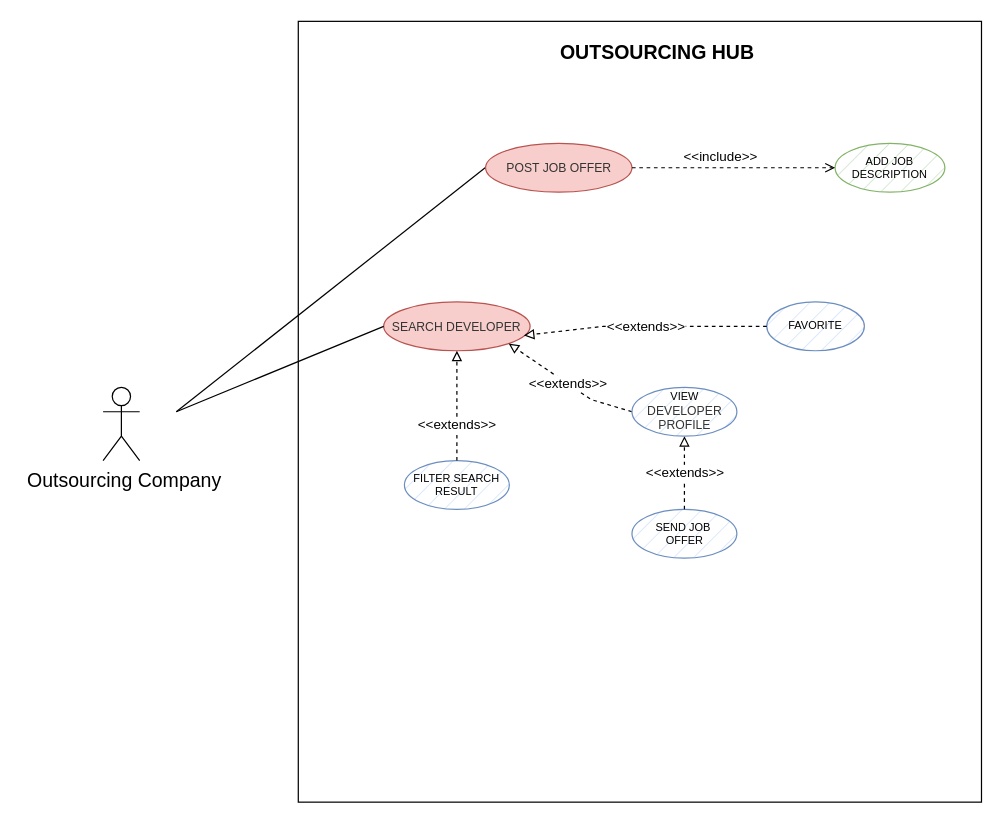
Before: use_cases/use_cases_company.drawio in mattiadanisi00/ids, a draw.io diagram. Source tidied: cells renumbered, new cells numbered last; positions are measured from the earlier drawing's top-left corner, leaving out a move shared by most shapes. Both pictures are drawn from the tidied source at 122%, with x=0, y=0 at pixel (102, 21).
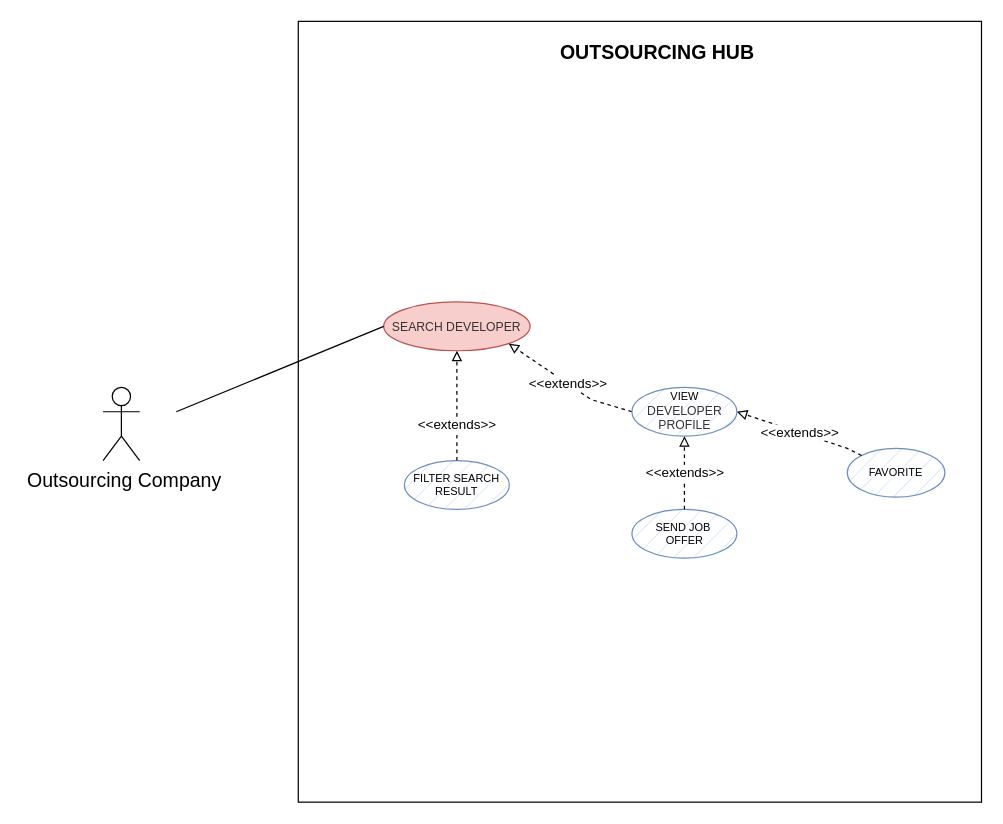
The same page after the edit.

Unchanged cells that the change refers to:
```xml
<mxCell id="9" value="&lt;span style=&quot;caret-color: rgb(0, 0, 0); font-family: Helvetica; font-size: x-small; font-style: normal; font-variant-caps: normal; font-weight: 400; letter-spacing: normal; text-align: center; text-indent: 0px; text-transform: none; word-spacing: 0px; -webkit-text-stroke-width: 0px; text-decoration: none; float: none; display: inline !important;&quot;&gt;&lt;font color=&quot;#333333&quot;&gt;SEARCH DEVELOPER&lt;/font&gt;&lt;/span&gt;" style="ellipse;whiteSpace=wrap;html=1;fillColor=#f8cecc;strokeColor=#b85450;" parent="1" vertex="1">
  <mxGeometry x="230" y="230" width="120" height="40" as="geometry" />
</mxCell>
<mxCell id="18" value="&lt;font style=&quot;font-size: 9px;&quot;&gt;VIEW&lt;br style=&quot;border-color: var(--border-color); font-size: 12px; color: rgb(51, 51, 51);&quot;&gt;&lt;span style=&quot;border-color: var(--border-color); color: rgb(51, 51, 51); font-size: x-small;&quot;&gt;DEVELOPER&lt;/span&gt;&lt;br style=&quot;border-color: var(--border-color); font-size: 12px; color: rgb(51, 51, 51);&quot;&gt;&lt;span style=&quot;border-color: var(--border-color); color: rgb(51, 51, 51); font-size: x-small;&quot;&gt;PROFILE&lt;/span&gt;&lt;br style=&quot;font-size: 9px;&quot;&gt;&lt;/font&gt;" style="ellipse;whiteSpace=wrap;html=1;fillColor=#dae8fc;strokeColor=#6c8ebf;fontSize=9;strokeWidth=1;fillStyle=hatch;" parent="1" vertex="1">
  <mxGeometry x="433.5" y="300" width="86" height="40" as="geometry" />
</mxCell>
```

The edit, as a diff of the source:
```diff
@@
-    <mxCell id="5" style="rounded=0;jettySize=auto;html=1;exitX=0;exitY=0;exitDx=0;exitDy=0;endArrow=none;endFill=0;" parent="1" edge="1" source="6">
-      <mxGeometry relative="1" as="geometry">
-        <mxPoint x="60" y="320" as="targetPoint" />
-      </mxGeometry>
-    </mxCell>
-    <mxCell id="6" value="&lt;font size=&quot;1&quot; color=&quot;#333333&quot;&gt;POST JOB OFFER&lt;/font&gt;" style="ellipse;whiteSpace=wrap;html=1;fillColor=#f8cecc;strokeColor=#b85450;" parent="1" vertex="1">
-      <mxGeometry x="313.5" y="100" width="120" height="40" as="geometry" />
-    </mxCell>
-    <mxCell id="7" value="&lt;font style=&quot;font-size: 9px;&quot;&gt;ADD JOB&lt;br&gt;DESCRIPTION&lt;br style=&quot;font-size: 9px;&quot;&gt;&lt;/font&gt;" style="ellipse;whiteSpace=wrap;html=1;fillColor=#d5e8d4;strokeColor=#82b366;fontSize=9;strokeWidth=1;fillStyle=hatch;" parent="1" vertex="1">
-      <mxGeometry x="600" y="100" width="90" height="40" as="geometry" />
-    </mxCell>
-    <mxCell id="8" value="&amp;lt;&amp;lt;include&amp;gt;&amp;gt;" style="html=1;verticalAlign=bottom;labelBackgroundColor=none;endArrow=open;endFill=0;dashed=1;rounded=0;exitX=1;exitY=0.5;exitDx=0;exitDy=0;entryX=0;entryY=0.5;entryDx=0;entryDy=0;" parent="1" edge="1" source="6" target="7">
-      <mxGeometry x="-0.14" relative="1" as="geometry" />
-    </mxCell>
@@
     <mxCell id="14" value="&lt;font style=&quot;font-size: 9px;&quot;&gt;FAVORITE&lt;br style=&quot;font-size: 9px;&quot;&gt;&lt;/font&gt;" style="ellipse;whiteSpace=wrap;html=1;fillColor=#dae8fc;strokeColor=#6c8ebf;fontSize=9;strokeWidth=1;fillStyle=hatch;" parent="1" vertex="1">
-      <mxGeometry x="544" y="230" width="80" height="40" as="geometry" />
+      <mxGeometry x="610" y="350" width="80" height="40" as="geometry" />
     </mxCell>
-    <mxCell id="15" value="&amp;lt;&amp;lt;extends&amp;gt;&amp;gt;" style="endArrow=block;endFill=0;html=1;rounded=0;dashed=1;exitX=0;exitY=0.5;exitDx=0;exitDy=0;entryX=0.958;entryY=0.686;entryDx=0;entryDy=0;entryPerimeter=0;" parent="1" edge="1" source="14" target="9">
+    <mxCell id="15" value="&amp;lt;&amp;lt;extends&amp;gt;&amp;gt;" style="endArrow=block;endFill=0;html=1;rounded=0;dashed=1;exitX=0;exitY=0;exitDx=0;exitDy=0;entryX=1;entryY=0.5;entryDx=0;entryDy=0;" parent="1" edge="1" source="14" target="18">
       <mxGeometry x="-0.01" relative="1" as="geometry">
         <Array as="points">
-          <mxPoint x="410" y="250" />
+          <mxPoint x="610" y="350" />
         </Array>
       </mxGeometry>
     </mxCell>
```
